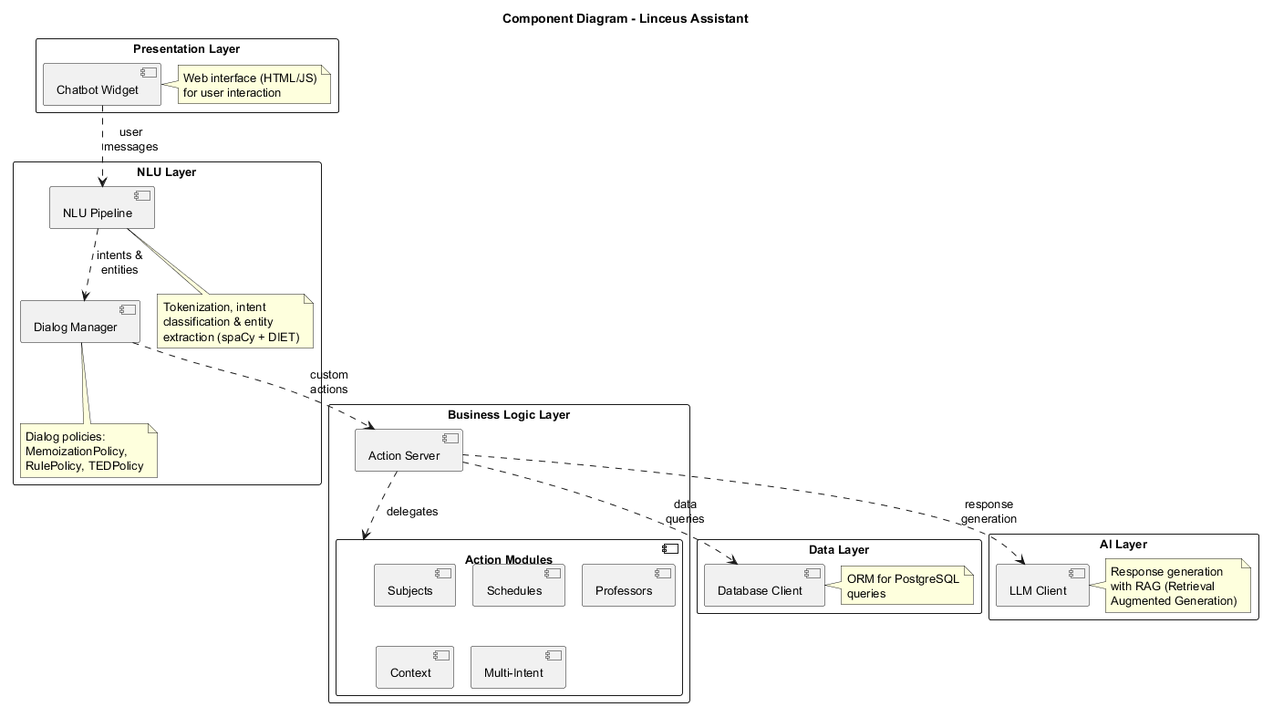
The PlantUML diagram memoria_tfg/Plantilla TfG/img/diagrama_componentes.png in santiabregu/linceus-assistant, before a commit. Its diagram source:
```plantuml
@startuml Diagrama de Componentes
!pragma layout smetana
skinparam componentStyle uml2
skinparam defaultFontSize 13
skinparam packageStyle rectangle
skinparam shadowing false
skinparam linetype ortho

title Component Diagram - Linceus Assistant

package "Presentation Layer" {
  [Chatbot Widget] as widget
  note right of widget
    Web interface (HTML/JS)
    for user interaction
  end note
}

package "NLU Layer" {
  [NLU Pipeline] as nlu
  [Dialog Manager] as dialog

  nlu -[hidden]right- dialog

  note bottom of nlu
    Tokenization, intent
    classification & entity
    extraction (spaCy + DIET)
  end note

  note bottom of dialog
    Dialog policies:
    MemoizationPolicy,
    RulePolicy, TEDPolicy
  end note
}

package "Business Logic Layer" {
  [Action Server] as actions

  component "Action Modules" as modules {
    [Subjects] as mod_asig
    [Schedules] as mod_hor
    [Professors] as mod_prof
    [Context] as mod_ctx
    [Multi-Intent] as mod_multi
  }

  actions ..> modules : delegates
}

package "Data Layer" {
  [Database Client] as dbclient
  note right of dbclient
    ORM for PostgreSQL
    queries
  end note
}

package "AI Layer" {
  [LLM Client] as llm
  note right of llm
    Response generation
    with RAG (Retrieval
    Augmented Generation)
  end note
}

widget ..> nlu : "user\nmessages"
nlu ..> dialog : "intents &\nentities"
dialog ..> actions : "custom\nactions"
actions ..> dbclient : "data\nqueries"
actions ..> llm : "response\ngeneration"


@enduml
```
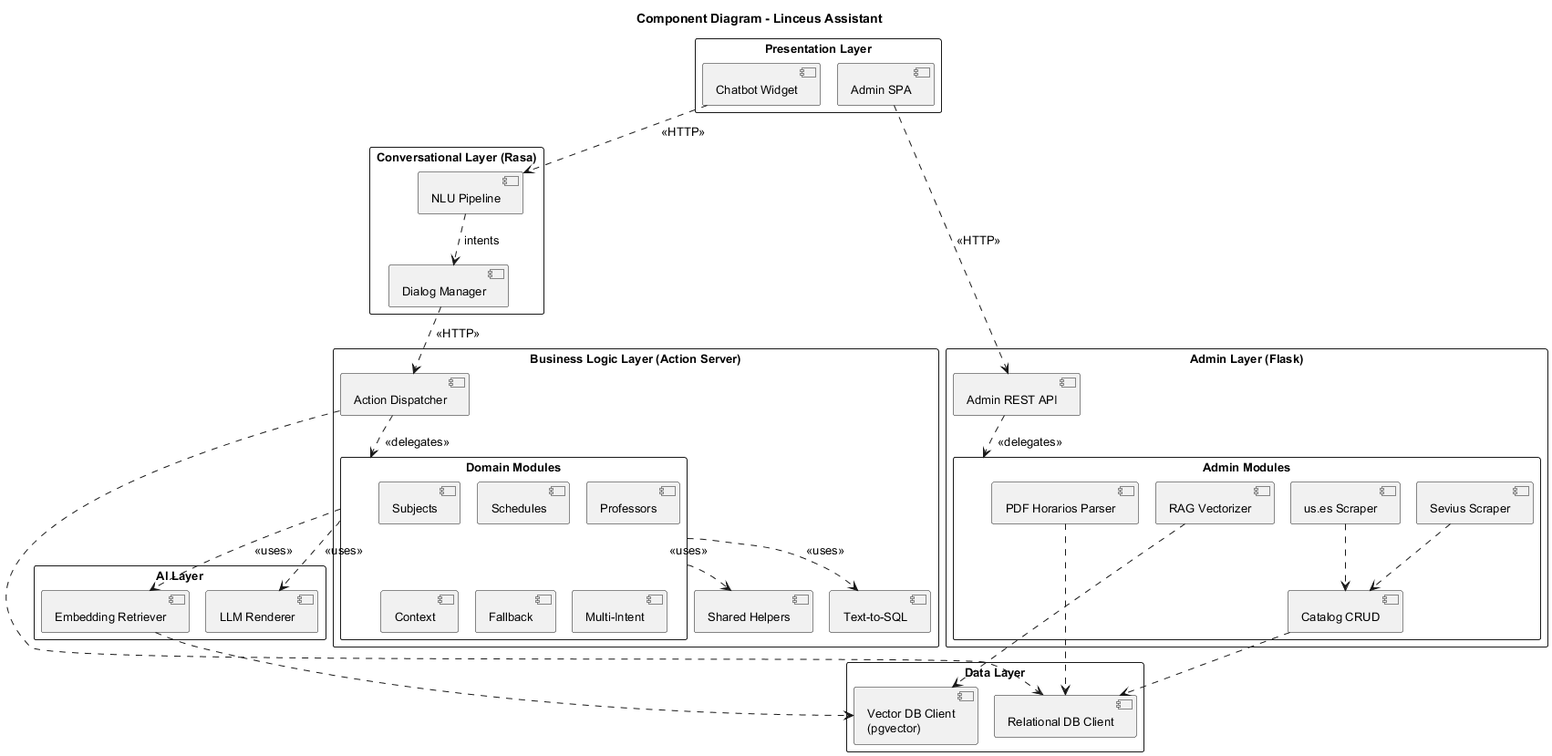
After the commit.

What changed in the source:
```diff
@@ -1,4 +1,5 @@
 @startuml Diagrama de Componentes
+skinparamlocked dpiZoom 2
 !pragma layout smetana
 skinparam componentStyle uml2
 skinparam defaultFontSize 13
@@ -10,67 +11,75 @@
 
 package "Presentation Layer" {
   [Chatbot Widget] as widget
-  note right of widget
-    Web interface (HTML/JS)
-    for user interaction
-  end note
+  [Admin SPA] as adminui
 }
 
-package "NLU Layer" {
+package "Conversational Layer (Rasa)" {
   [NLU Pipeline] as nlu
   [Dialog Manager] as dialog
 
   nlu -[hidden]right- dialog
-
-  note bottom of nlu
-    Tokenization, intent
-    classification & entity
-    extraction (spaCy + DIET)
-  end note
-
-  note bottom of dialog
-    Dialog policies:
-    MemoizationPolicy,
-    RulePolicy, TEDPolicy
-  end note
 }
 
-package "Business Logic Layer" {
-  [Action Server] as actions
+package "Business Logic Layer (Action Server)" {
+  [Action Dispatcher] as actions
 
-  component "Action Modules" as modules {
+  package "Domain Modules" as modules {
     [Subjects] as mod_asig
     [Schedules] as mod_hor
     [Professors] as mod_prof
     [Context] as mod_ctx
+    [Fallback] as mod_fb
     [Multi-Intent] as mod_multi
   }
 
-  actions ..> modules : delegates
+  [Shared Helpers] as shared
+  [Text-to-SQL] as t2sql
+
+  actions ..> modules : <<delegates>>
+  modules ..> shared : <<uses>>
+  modules ..> t2sql : <<uses>>
+}
+
+package "AI Layer" {
+  [Embedding Retriever] as retriever
+  [LLM Renderer] as llm
 }
 
 package "Data Layer" {
-  [Database Client] as dbclient
-  note right of dbclient
-    ORM for PostgreSQL
-    queries
-  end note
+  [Relational DB Client] as dbclient
+  [Vector DB Client\n(pgvector)] as vecclient
 }
 
-package "AI Layer" {
-  [LLM Client] as llm
-  note right of llm
-    Response generation
-    with RAG (Retrieval
-    Augmented Generation)
-  end note
+package "Admin Layer (Flask)" {
+  [Admin REST API] as adminapi
+
+  package "Admin Modules" as adminmod {
+    [Catalog CRUD] as adm_crud
+    [Sevius Scraper] as adm_sevius
+    [us.es Scraper] as adm_uses
+    [PDF Horarios Parser] as adm_horarios
+    [RAG Vectorizer] as adm_vec
+  }
+
+  adminapi ..> adminmod : <<delegates>>
 }
 
-widget ..> nlu : "user\nmessages"
-nlu ..> dialog : "intents &\nentities"
-dialog ..> actions : "custom\nactions"
-actions ..> dbclient : "data\nqueries"
-actions ..> llm : "response\ngeneration"
+widget ..> nlu : <<HTTP>>
+adminui ..> adminapi : <<HTTP>>
 
+nlu ..> dialog : intents
+dialog ..> actions : <<HTTP>>
+
+actions ..> dbclient
+retriever ..> vecclient
+modules ..> retriever : <<uses>>
+modules ..> llm : <<uses>>
+
+adm_vec ..> vecclient
+adm_crud ..> dbclient
+adm_sevius ..> adm_crud
+adm_uses ..> adm_crud
+adm_horarios ..> dbclient
 
 @enduml
```
